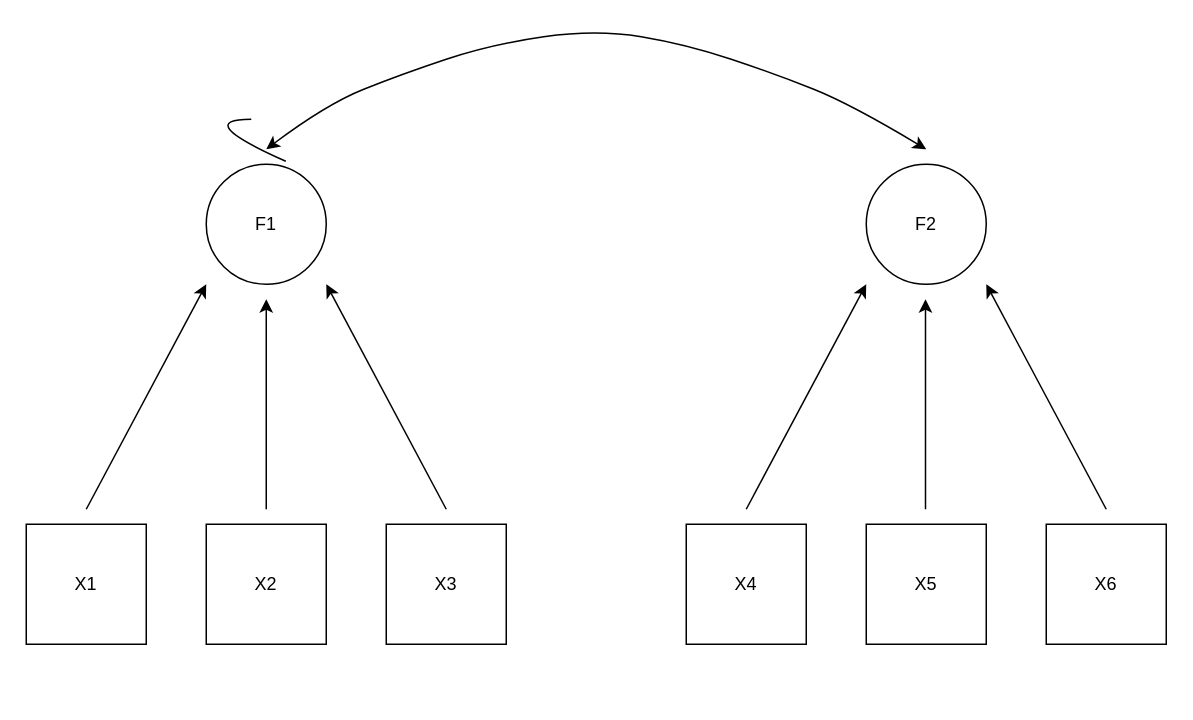
This is Rmd/figures/simpleStructure.drawio from JMBKoch/1vs2StepBayesianRegSEM, a draw.io file, before an edit. Source tidied: cells renumbered, new cells numbered last; positions are measured from the earlier drawing's top-left corner, leaving out a move shared by most shapes. Both pictures are drawn from the tidied source at 150%, with x=0, y=0 at pixel (26, 28).
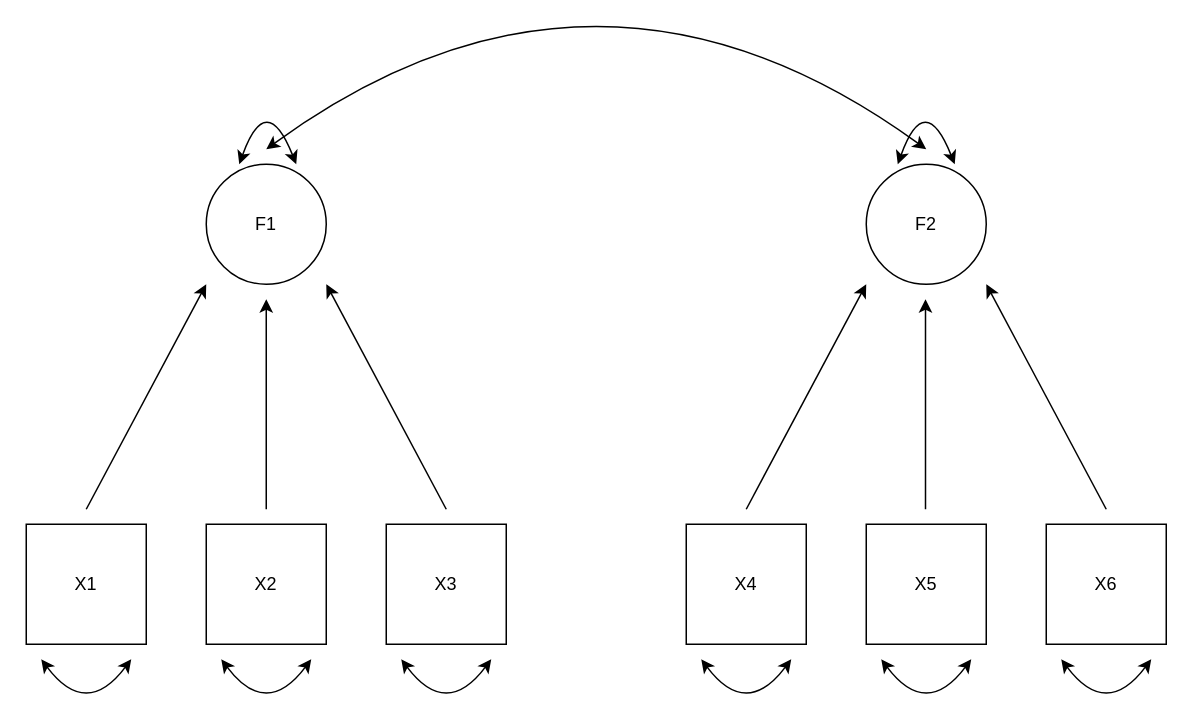
Above is the later version.

Unchanged cells that the change refers to:
```xml
<mxCell id="8" value="F1" style="ellipse;whiteSpace=wrap;html=1;" parent="1" vertex="1">
  <mxGeometry x="120" y="90" width="80" height="80" as="geometry" />
</mxCell>
```

The edit, as a diff of the source:
```diff
@@
-    <mxCell id="16" style="endArrow=classic;startArrow=classic;html=1;curved=1;" parent="1" edge="1">
-      <mxGeometry relative="1" as="geometry">
-        <mxPoint x="160" y="80" as="sourcePoint" />
-        <mxPoint x="600" y="80" as="targetPoint" />
-        <Array as="points">
-          <mxPoint x="200" y="50" />
-          <mxPoint x="250" y="30" />
-          <mxPoint x="310" y="10" />
-          <mxPoint x="380" />
-          <mxPoint x="440" y="10" />
-          <mxPoint x="500" y="30" />
-          <mxPoint x="550" y="50" />
-        </Array>
-      </mxGeometry>
-    </mxCell>
-    <mxCell id="17" style="endArrow=none;html=1;curved=1;entryX=0.663;entryY=-0.025;entryDx=0;entryDy=0;entryPerimeter=0;" parent="1" edge="1" target="8">
-      <mxGeometry relative="1" as="geometry">
-        <mxPoint x="150" y="60" as="sourcePoint" />
-        <Array as="points">
-          <mxPoint x="110" y="60" />
-        </Array>
-      </mxGeometry>
-    </mxCell>
+    <mxCell id="18" style="endArrow=classic;startArrow=classic;html=1;curved=1;" parent="1" edge="1">
+      <mxGeometry relative="1" as="geometry">
+        <mxPoint x="160" y="80" as="sourcePoint" />
+        <mxPoint x="600" y="80" as="targetPoint" />
+        <Array as="points">
+          <mxPoint x="380" y="-80" />
+        </Array>
+      </mxGeometry>
+    </mxCell>
+    <mxCell id="19" style="endArrow=classic;startArrow=classic;html=1;curved=1;exitX=0.275;exitY=0;exitDx=0;exitDy=0;exitPerimeter=0;" parent="1" edge="1" source="8">
+      <mxGeometry relative="1" as="geometry">
+        <mxPoint x="180" y="90" as="targetPoint" />
+        <Array as="points">
+          <mxPoint x="160" y="40" />
+        </Array>
+      </mxGeometry>
+    </mxCell>
+    <mxCell id="20" style="endArrow=classic;startArrow=classic;html=1;curved=1;exitX=0.275;exitY=0;exitDx=0;exitDy=0;exitPerimeter=0;" parent="1" edge="1">
+      <mxGeometry relative="1" as="geometry">
+        <mxPoint x="581" y="90" as="sourcePoint" />
+        <mxPoint x="619" y="90" as="targetPoint" />
+        <Array as="points">
+          <mxPoint x="599" y="40" />
+        </Array>
+      </mxGeometry>
+    </mxCell>
+    <mxCell id="21" style="endArrow=classic;startArrow=classic;html=1;curved=1;" parent="1" edge="1">
+      <mxGeometry relative="1" as="geometry">
+        <mxPoint x="10" y="420" as="sourcePoint" />
+        <mxPoint x="70" y="420" as="targetPoint" />
+        <Array as="points">
+          <mxPoint x="40" y="460" />
+        </Array>
+      </mxGeometry>
+    </mxCell>
+    <mxCell id="22" style="endArrow=classic;startArrow=classic;html=1;curved=1;" parent="1" edge="1">
+      <mxGeometry relative="1" as="geometry">
+        <mxPoint x="130" y="420" as="sourcePoint" />
+        <mxPoint x="190" y="420" as="targetPoint" />
+        <Array as="points">
+          <mxPoint x="160" y="460" />
+        </Array>
+      </mxGeometry>
+    </mxCell>
+    <mxCell id="23" style="endArrow=classic;startArrow=classic;html=1;curved=1;" parent="1" edge="1">
+      <mxGeometry relative="1" as="geometry">
+        <mxPoint x="250" y="420" as="sourcePoint" />
+        <mxPoint x="310" y="420" as="targetPoint" />
+        <Array as="points">
+          <mxPoint x="280" y="460" />
+        </Array>
+      </mxGeometry>
+    </mxCell>
+    <mxCell id="24" style="endArrow=classic;startArrow=classic;html=1;curved=1;" parent="1" edge="1">
+      <mxGeometry relative="1" as="geometry">
+        <mxPoint x="450" y="420" as="sourcePoint" />
+        <mxPoint x="510" y="420" as="targetPoint" />
+        <Array as="points">
+          <mxPoint x="480" y="460" />
+        </Array>
+      </mxGeometry>
+    </mxCell>
+    <mxCell id="25" style="endArrow=classic;startArrow=classic;html=1;curved=1;" parent="1" edge="1">
+      <mxGeometry relative="1" as="geometry">
+        <mxPoint x="570" y="420" as="sourcePoint" />
+        <mxPoint x="630" y="420" as="targetPoint" />
+        <Array as="points">
+          <mxPoint x="600" y="460" />
+        </Array>
+      </mxGeometry>
+    </mxCell>
+    <mxCell id="26" style="endArrow=classic;startArrow=classic;html=1;curved=1;" parent="1" edge="1">
+      <mxGeometry relative="1" as="geometry">
+        <mxPoint x="690" y="420" as="sourcePoint" />
+        <mxPoint x="750" y="420" as="targetPoint" />
+        <Array as="points">
+          <mxPoint x="720" y="460" />
+        </Array>
+      </mxGeometry>
+    </mxCell>
```
